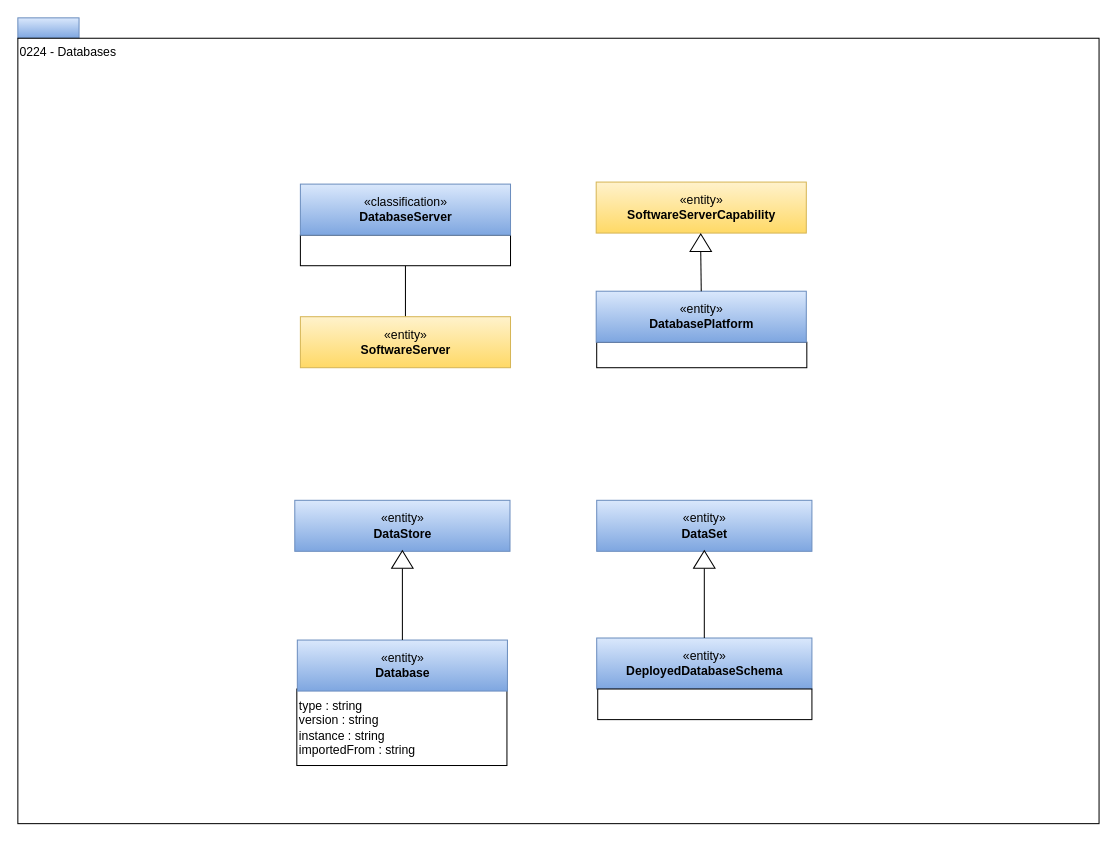
The draw.io diagram page "0224-Databases" (10 of 12) of open-metadata-publication/website/open-metadata-types/area-2-assets.drawio in planetf1/egeria, before the edit. Source tidied: cells renumbered, new cells numbered last; positions are measured from the earlier drawing's top-left corner, leaving out a move shared by most shapes. Both pictures are drawn from the tidied source at 102%, with x=0, y=0 at pixel (17, 17).
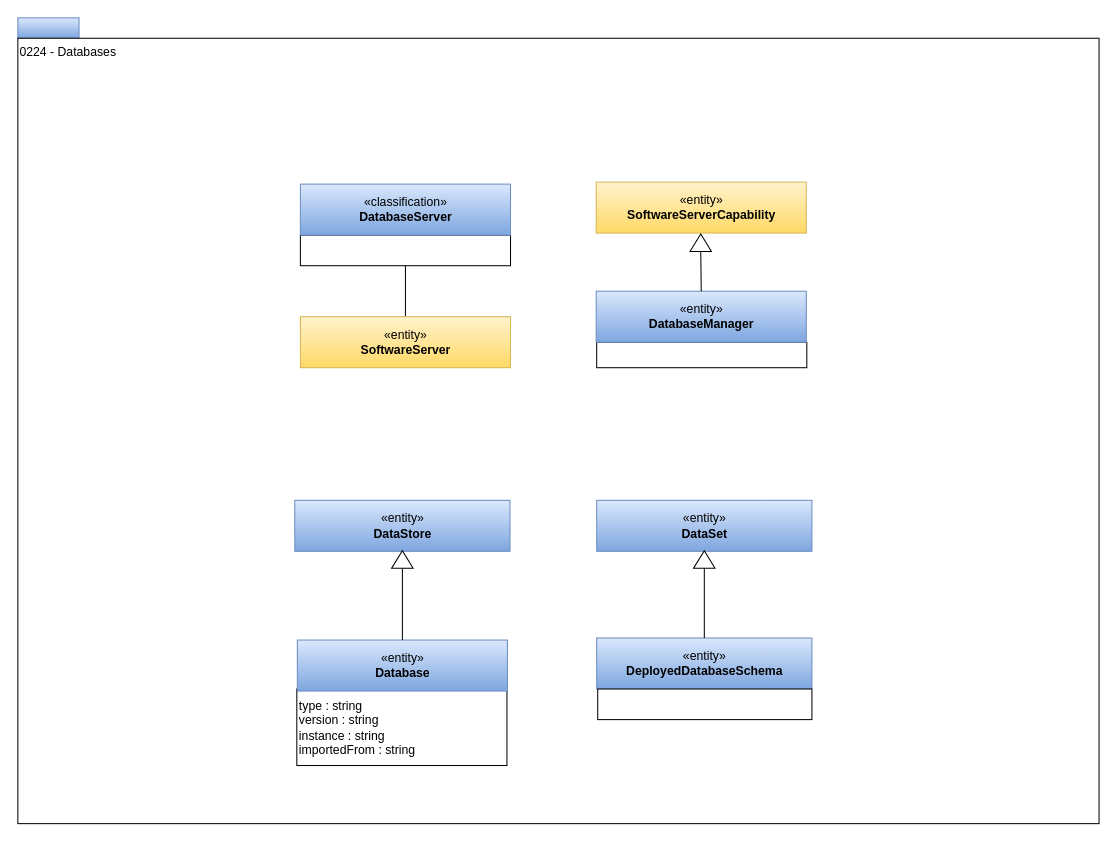
Above is the later version.

What changed in the source:
```diff
@@
-    <mxCell id="16" value="«entity»&lt;br&gt;&lt;b&gt;DatabasePlatform&lt;/b&gt;" style="html=1;strokeColor=#6c8ebf;align=center;fillColor=#dae8fc;gradientColor=#7ea6e0;" parent="1" vertex="1">
+    <mxCell id="16" value="«entity»&lt;br&gt;&lt;b&gt;DatabaseManager&lt;/b&gt;" style="html=1;strokeColor=#6c8ebf;align=center;fillColor=#dae8fc;gradientColor=#7ea6e0;" parent="1" vertex="1">
       <mxGeometry x="567" y="268" width="206" height="50" as="geometry" />
     </mxCell>
```
